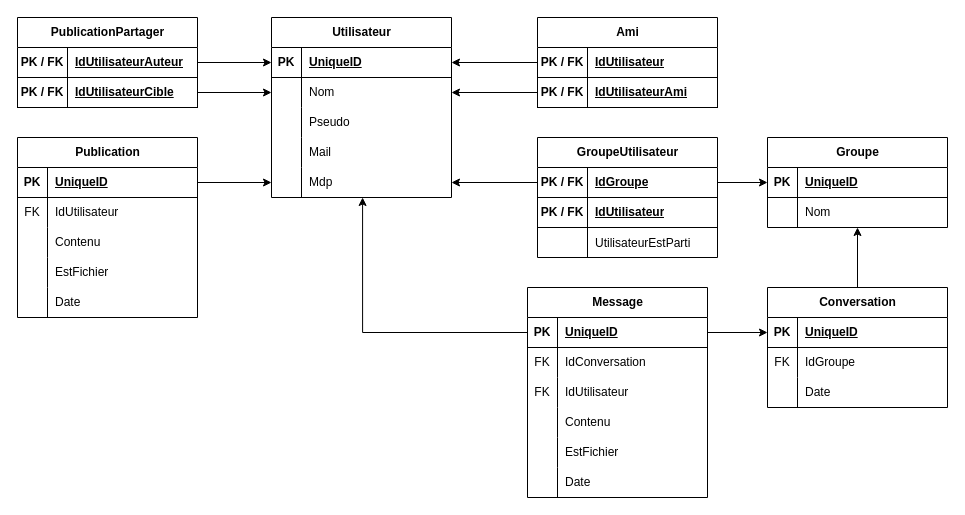
CelienFiorelli/skipe keeps this draw.io diagram as bddCloud.drawio. Above is the earlier version. Source tidied: cells renumbered, new cells numbered last; positions are measured from the earlier drawing's top-left corner, leaving out a move shared by most shapes. Both pictures are drawn from the tidied source at 100%, with x=0, y=0 at pixel (17, 17).
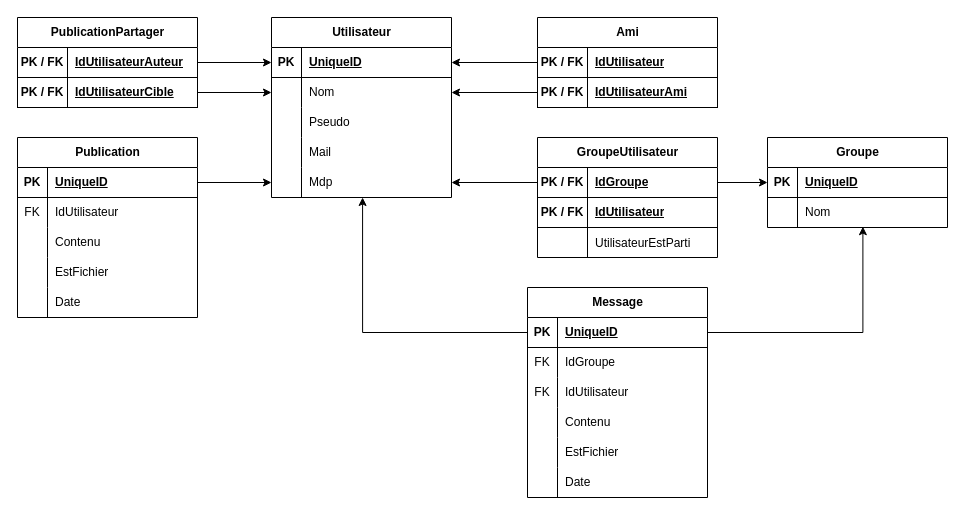
Above is the later version.

Unchanged cells that the change refers to:
```xml
<mxCell id="31" style="shape=tableRow;horizontal=0;startSize=0;swimlaneHead=0;swimlaneBody=0;fillColor=none;points=[[0,0.5],[1,0.5]];portConstraint=eastwest;top=0;left=0;right=0;bottom=0;" parent="27" vertex="1">
  <mxGeometry y="60" width="180" height="30" as="geometry" />
</mxCell>
<mxCell id="83" style="shape=tableRow;horizontal=0;startSize=0;swimlaneHead=0;swimlaneBody=0;fillColor=none;points=[[0,0.5],[1,0.5]];portConstraint=eastwest;top=0;left=0;right=0;bottom=1;" parent="82" vertex="1">
  <mxGeometry y="30" width="180" height="30" as="geometry" />
</mxCell>
<mxCell id="86" style="shape=tableRow;horizontal=0;startSize=0;swimlaneHead=0;swimlaneBody=0;fillColor=none;top=0;left=0;right=0;bottom=0;" parent="82" vertex="1">
  <mxGeometry y="60" width="180" height="30" as="geometry" />
</mxCell>
```

What changed in the source:
```diff
@@
-    <mxCell id="71" value="Conversation" style="shape=table;startSize=30;childLayout=tableLayout;rowLines=0;fontStyle=1;align=center;html=1;swimlaneFillColor=default;" parent="1" vertex="1">
-      <mxGeometry x="750" y="270" width="180" height="120" as="geometry" />
-    </mxCell>
-    <mxCell id="72" style="shape=tableRow;horizontal=0;startSize=0;swimlaneHead=0;swimlaneBody=0;fillColor=none;points=[[0,0.5],[1,0.5]];portConstraint=eastwest;top=0;left=0;right=0;bottom=1;" parent="71" vertex="1">
-      <mxGeometry y="30" width="180" height="30" as="geometry" />
-    </mxCell>
-    <mxCell id="73" value="PK" style="shape=partialRectangle;fillColor=none;top=0;left=0;bottom=0;right=0;fontStyle=1;overflow=hidden;whiteSpace=wrap;html=1;" parent="72" vertex="1">
-      <mxGeometry width="30" height="30" as="geometry" />
-    </mxCell>
-    <mxCell id="74" value="UniqueID" style="shape=partialRectangle;fillColor=none;top=0;left=0;bottom=0;right=0;align=left;spacingLeft=6;fontStyle=5;overflow=hidden;whiteSpace=wrap;html=1;" parent="72" vertex="1">
-      <mxGeometry x="30" width="150" height="30" as="geometry" />
-    </mxCell>
-    <mxCell id="75" style="shape=tableRow;horizontal=0;startSize=0;swimlaneHead=0;swimlaneBody=0;fillColor=none;top=0;left=0;right=0;bottom=0;" parent="71" vertex="1">
-      <mxGeometry y="60" width="180" height="30" as="geometry" />
-    </mxCell>
-    <mxCell id="76" value="FK" style="shape=partialRectangle;fillColor=none;top=0;left=0;bottom=0;right=0;overflow=hidden;whiteSpace=wrap;html=1;" parent="75" vertex="1">
-      <mxGeometry width="30" height="30" as="geometry" />
-    </mxCell>
-    <mxCell id="77" value="IdGroupe" style="shape=partialRectangle;fillColor=none;top=0;left=0;bottom=0;right=0;align=left;spacingLeft=6;overflow=hidden;whiteSpace=wrap;html=1;" parent="75" vertex="1">
-      <mxGeometry x="30" width="150" height="30" as="geometry" />
-    </mxCell>
-    <mxCell id="78" style="shape=tableRow;horizontal=0;startSize=0;swimlaneHead=0;swimlaneBody=0;fillColor=none;top=0;left=0;right=0;bottom=0;" parent="71" vertex="1">
-      <mxGeometry y="90" width="180" height="30" as="geometry" />
-    </mxCell>
-    <mxCell id="79" style="shape=partialRectangle;fillColor=none;top=0;left=0;bottom=0;right=0;overflow=hidden;whiteSpace=wrap;html=1;" parent="78" vertex="1">
-      <mxGeometry width="30" height="30" as="geometry" />
-    </mxCell>
-    <mxCell id="80" value="Date" style="shape=partialRectangle;fillColor=none;top=0;left=0;bottom=0;right=0;align=left;spacingLeft=6;overflow=hidden;whiteSpace=wrap;html=1;" parent="78" vertex="1">
-      <mxGeometry x="30" width="150" height="30" as="geometry" />
-    </mxCell>
-    <mxCell id="81" style="edgeStyle=orthogonalEdgeStyle;rounded=0;jettySize=auto;html=1;exitX=0.5;exitY=0;exitDx=0;exitDy=0;entryX=0.5;entryY=1;entryDx=0;entryDy=0;entryPerimeter=0;" parent="1" edge="1" source="71" target="31">
-      <mxGeometry relative="1" as="geometry" />
-    </mxCell>
@@
-    <mxCell id="88" value="IdConversation" style="shape=partialRectangle;fillColor=none;top=0;left=0;bottom=0;right=0;align=left;spacingLeft=6;overflow=hidden;whiteSpace=wrap;html=1;" parent="86" vertex="1">
+    <mxCell id="88" value="IdGroupe" style="shape=partialRectangle;fillColor=none;top=0;left=0;bottom=0;right=0;align=left;spacingLeft=6;overflow=hidden;whiteSpace=wrap;html=1;" parent="86" vertex="1">
       <mxGeometry x="30" width="150" height="30" as="geometry" />
     </mxCell>
@@
-    <mxCell id="101" style="edgeStyle=orthogonalEdgeStyle;rounded=0;jettySize=auto;html=1;exitX=1;exitY=0.5;exitDx=0;exitDy=0;entryX=0;entryY=0.5;entryDx=0;entryDy=0;" parent="1" edge="1" source="83" target="72">
-      <mxGeometry relative="1" as="geometry" />
-    </mxCell>
@@
+    <mxCell id="104" style="edgeStyle=orthogonalEdgeStyle;rounded=0;jettySize=auto;html=1;exitX=1;exitY=0.5;exitDx=0;exitDy=0;entryX=0.53;entryY=0.973;entryDx=0;entryDy=0;entryPerimeter=0;" parent="1" edge="1" source="83" target="31">
+      <mxGeometry relative="1" as="geometry" />
+    </mxCell>
```
